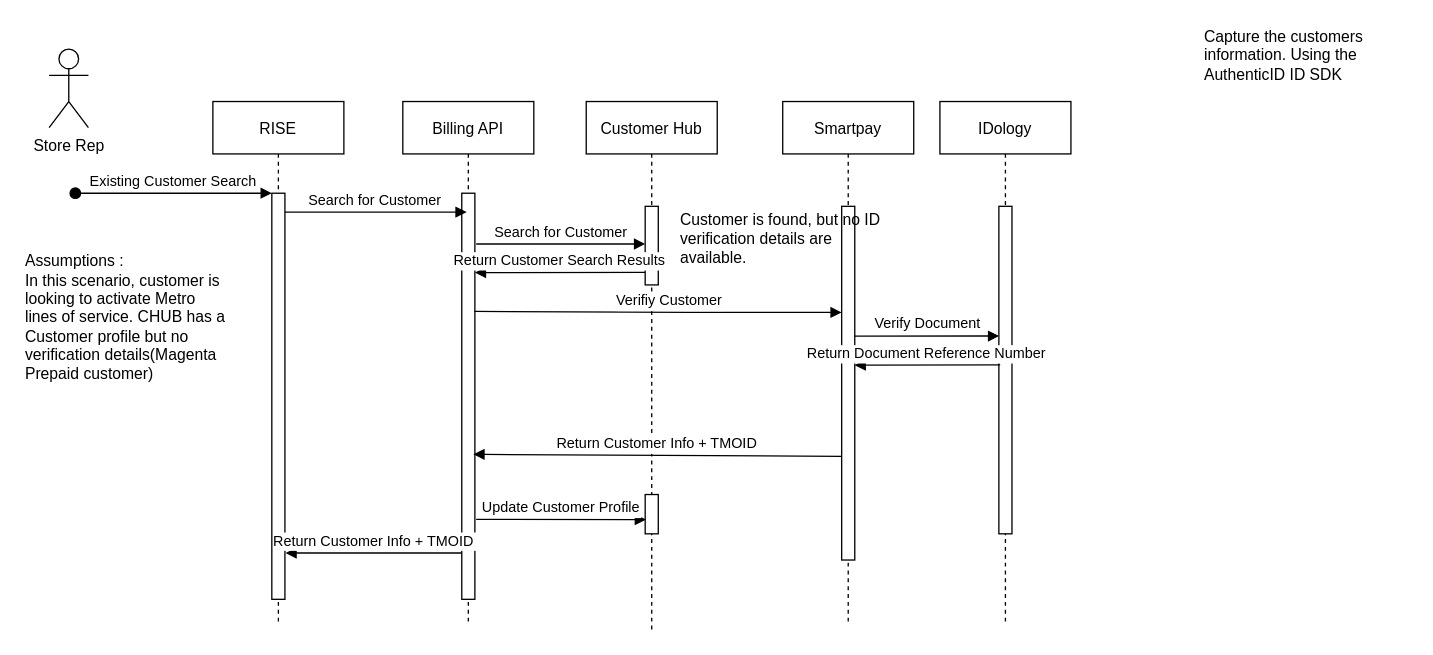
Above: Existing_Customer.drawio in ilokos/NCIM (draw.io), before the change. Source tidied: cells renumbered, new cells numbered last; positions are measured from the earlier drawing's top-left corner, leaving out a move shared by most shapes. Both pictures are drawn from the tidied source at 131%, with x=0, y=0 at pixel (22, 22).
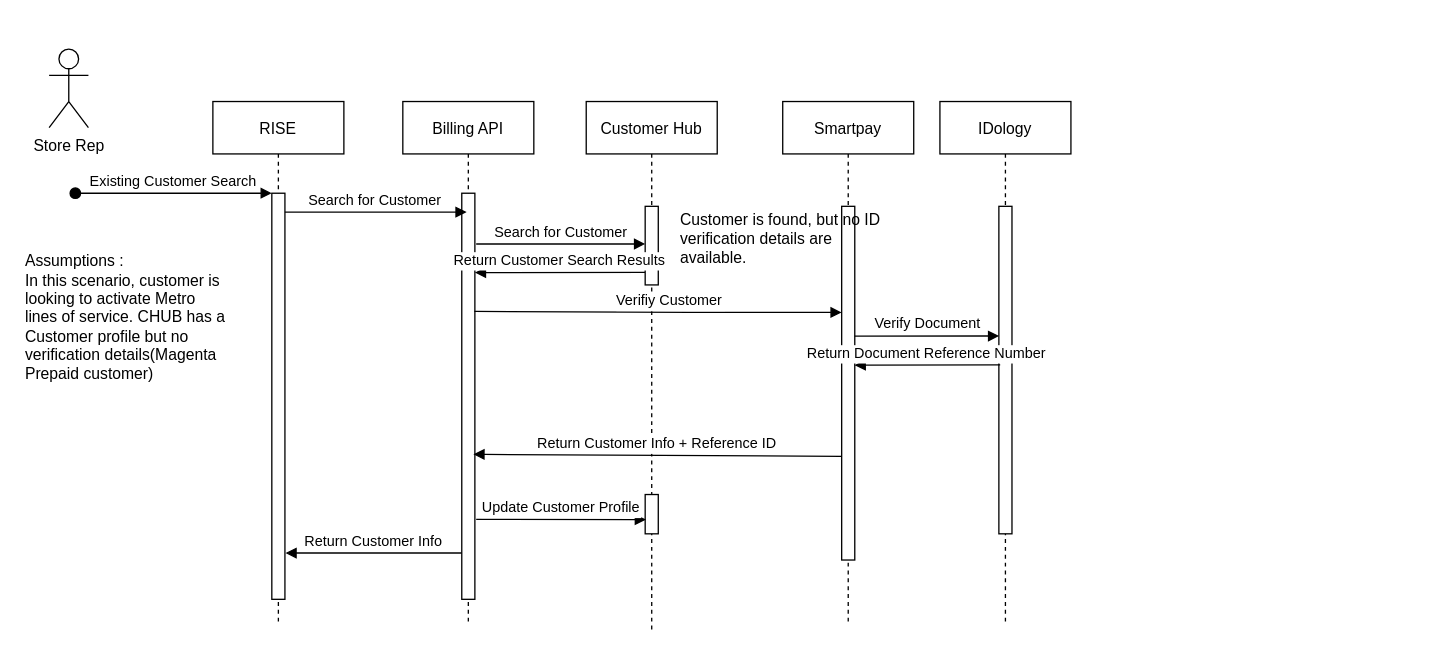
The same page after the edit.

Unchanged cells that the change refers to:
```xml
<mxCell id="3" style="points=[];perimeter=orthogonalPerimeter;rounded=0;shadow=0;strokeWidth=1;" parent="2" vertex="1">
  <mxGeometry x="45" y="70" width="10" height="310" as="geometry" />
</mxCell>
<mxCell id="6" style="points=[];perimeter=orthogonalPerimeter;rounded=0;shadow=0;strokeWidth=1;" parent="5" vertex="1">
  <mxGeometry x="45" y="70" width="10" height="310" as="geometry" />
</mxCell>
<mxCell id="15" style="points=[];perimeter=orthogonalPerimeter;rounded=0;shadow=0;strokeWidth=1;" parent="14" vertex="1">
  <mxGeometry x="45" y="80" width="10" height="270" as="geometry" />
</mxCell>
```

Change to the diagram source:
```diff
@@
-    <mxCell id="13" value="Capture the customers information. Using the AuthenticID ID SDK" style="text;html=1;strokeColor=none;fillColor=none;align=left;verticalAlign=middle;whiteSpace=wrap;rounded=0;" parent="1" vertex="1">
-      <mxGeometry x="900" width="160" height="50" as="geometry" />
-    </mxCell>
@@
-    <mxCell id="22" value="Return Customer Info + TMOID" style="verticalAlign=bottom;endArrow=block;shadow=0;strokeWidth=1;exitX=-0.01;exitY=0.886;exitDx=0;exitDy=0;exitPerimeter=0;entryX=1.041;entryY=0.886;entryDx=0;entryDy=0;entryPerimeter=0;" parent="1" edge="1" source="6" target="3">
+    <mxCell id="22" value="Return Customer Info" style="verticalAlign=bottom;endArrow=block;shadow=0;strokeWidth=1;exitX=-0.01;exitY=0.886;exitDx=0;exitDy=0;exitPerimeter=0;entryX=1.041;entryY=0.886;entryDx=0;entryDy=0;entryPerimeter=0;" parent="1" edge="1" source="6" target="3">
       <mxGeometry relative="1" as="geometry" />
     </mxCell>
@@
-    <mxCell id="25" value="Return Customer Info + TMOID" style="verticalAlign=bottom;endArrow=block;shadow=0;strokeWidth=1;exitX=0.024;exitY=0.707;exitDx=0;exitDy=0;exitPerimeter=0;entryX=0.886;entryY=0.643;entryDx=0;entryDy=0;entryPerimeter=0;" parent="1" edge="1" source="15" target="6">
+    <mxCell id="25" value="Return Customer Info + Reference ID" style="verticalAlign=bottom;endArrow=block;shadow=0;strokeWidth=1;exitX=0.024;exitY=0.707;exitDx=0;exitDy=0;exitPerimeter=0;entryX=0.886;entryY=0.643;entryDx=0;entryDy=0;entryPerimeter=0;" parent="1" edge="1" source="15" target="6">
       <mxGeometry relative="1" as="geometry" />
     </mxCell>
```
